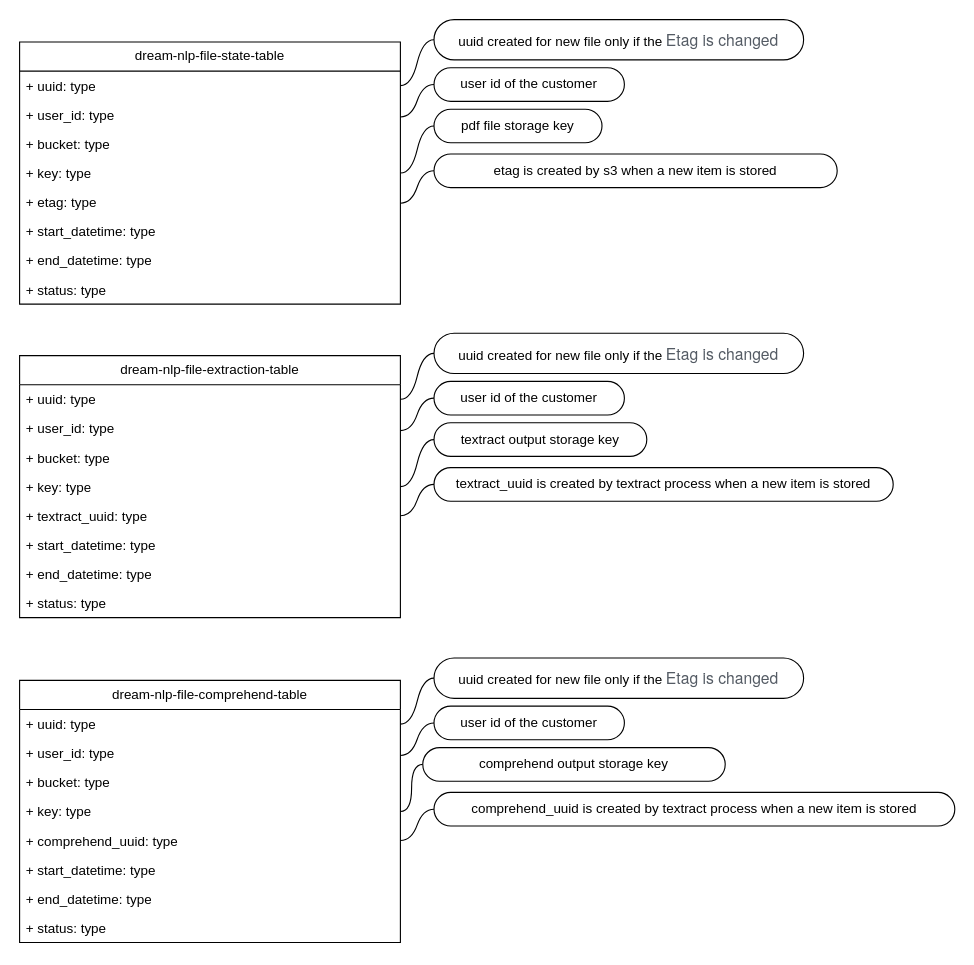
ImagineAIBot/dream-store keeps this draw.io diagram as architecture/dream.drawio. Above is the earlier version. Source tidied: cells renumbered, new cells numbered last; positions are measured from the earlier drawing's top-left corner, leaving out a move shared by most shapes. Both pictures are drawn from the tidied source at 112%, with x=0, y=0 at pixel (19, 19).
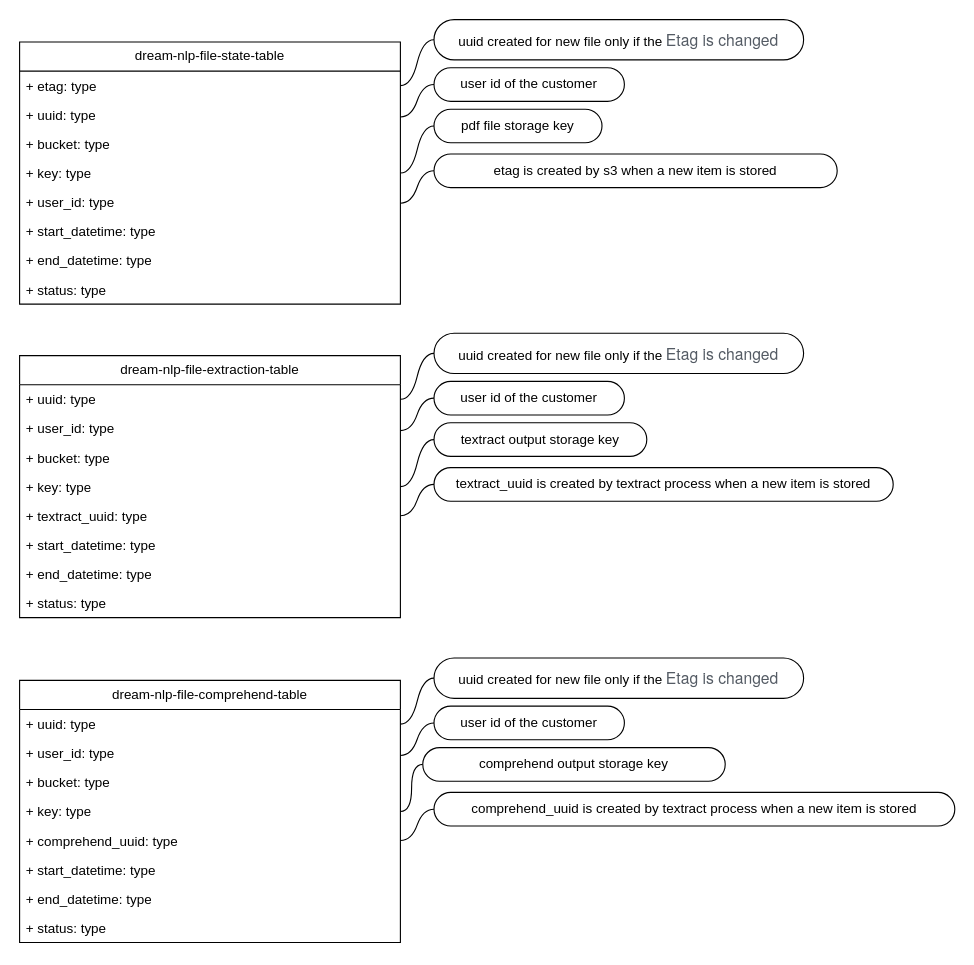
After the change.

Unchanged cells that the change refers to:
```xml
<mxCell id="2" value="dream-nlp-file-state-table" style="swimlane;fontStyle=0;horizontal=1;startSize=26;fillColor=none;whiteSpace=wrap;html=1;" parent="1" vertex="1">
  <mxGeometry y="20" width="340" height="234" as="geometry" />
</mxCell>
```

Change to the diagram source:
```diff
@@
-    <mxCell id="3" value="+ uuid: type" style="text;strokeColor=none;fillColor=none;align=left;verticalAlign=top;spacingLeft=4;spacingRight=4;overflow=hidden;points=[[0,0.5],[1,0.5]];portConstraint=eastwest;whiteSpace=wrap;html=1;" parent="2" vertex="1">
+    <mxCell id="3" value="+ etag: type" style="text;strokeColor=none;fillColor=none;align=left;verticalAlign=top;spacingLeft=4;spacingRight=4;overflow=hidden;points=[[0,0.5],[1,0.5]];portConstraint=eastwest;whiteSpace=wrap;html=1;" parent="2" vertex="1">
       <mxGeometry y="26" width="340" height="26" as="geometry" />
     </mxCell>
@@
-    <mxCell id="5" value="+ user_id: type" style="text;strokeColor=none;fillColor=none;align=left;verticalAlign=top;spacingLeft=4;spacingRight=4;overflow=hidden;whiteSpace=wrap;html=1;" parent="2" vertex="1">
+    <mxCell id="5" value="+ uuid: type" style="text;strokeColor=none;fillColor=none;align=left;verticalAlign=top;spacingLeft=4;spacingRight=4;overflow=hidden;whiteSpace=wrap;html=1;" parent="2" vertex="1">
       <mxGeometry y="52" width="340" height="26" as="geometry" />
     </mxCell>
@@
-    <mxCell id="8" value="+ etag: type" style="text;strokeColor=none;fillColor=none;align=left;verticalAlign=top;spacingLeft=4;spacingRight=4;overflow=hidden;whiteSpace=wrap;html=1;" parent="2" vertex="1">
+    <mxCell id="8" value="+ user_id: type" style="text;strokeColor=none;fillColor=none;align=left;verticalAlign=top;spacingLeft=4;spacingRight=4;overflow=hidden;whiteSpace=wrap;html=1;" parent="2" vertex="1">
       <mxGeometry y="130" width="340" height="26" as="geometry" />
     </mxCell>
```
